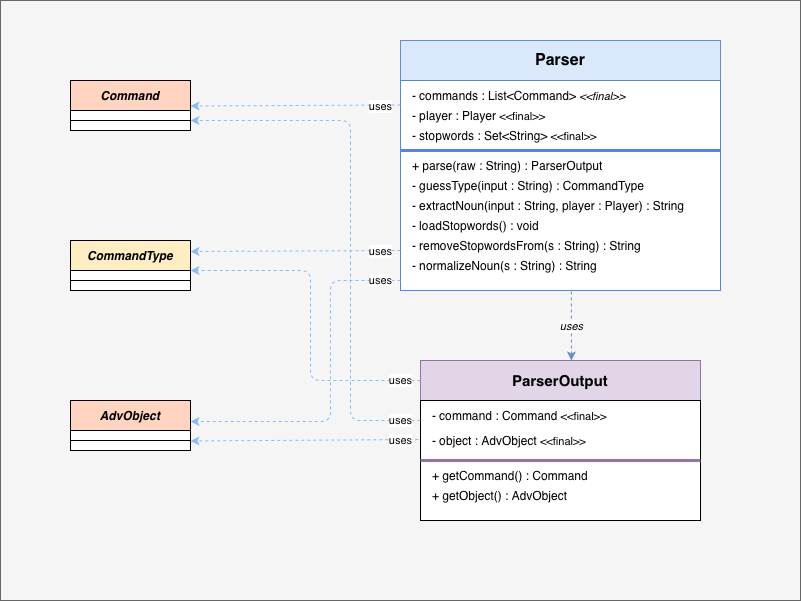
The draw.io diagram Schemi UML validi copia/PARSER.png in alessandropace20/MAP-avventura-testuale, before a commit. Source tidied: cells renumbered, new cells last; positions are measured from the earlier drawing's top-left corner, leaving out a move shared by most shapes.
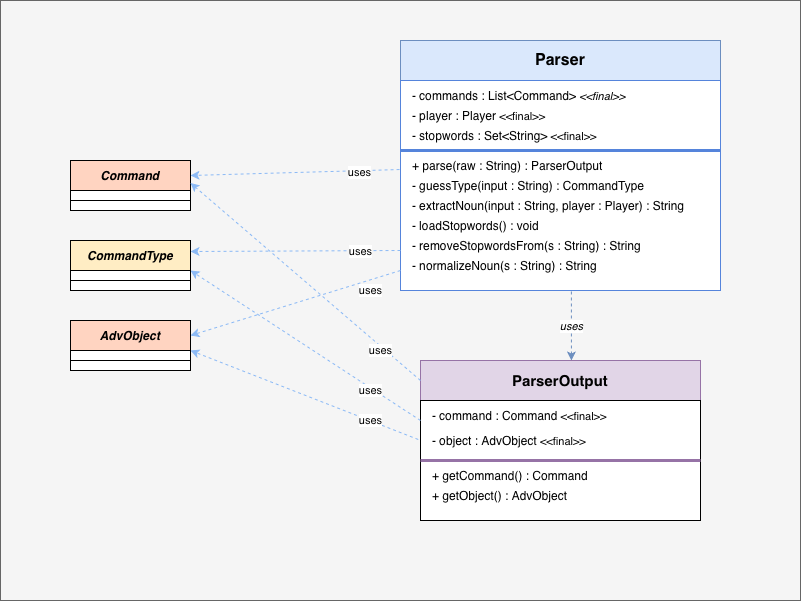
The same diagram one commit later.

Change to the diagram source:
```diff
@@ -85,7 +85,7 @@
       <mxGeometry relative="1" as="geometry" />
     </mxCell>
     <mxCell id="28" style="group;" parent="1" vertex="1">
-      <mxGeometry x="70" y="80" width="120" height="50" as="geometry" />
+      <mxGeometry x="70" y="160" width="120" height="50" as="geometry" />
     </mxCell>
     <mxCell id="29" value="&lt;i&gt;&lt;b&gt;Command&lt;/b&gt;&lt;/i&gt;" style="rounded=0;whiteSpace=wrap;html=1;fillColor=#FFD4C1;" parent="28" vertex="1">
       <mxGeometry width="120" height="30" as="geometry" />
@@ -109,7 +109,7 @@
       <mxGeometry y="40" width="120" height="10" as="geometry" />
     </mxCell>
     <mxCell id="36" style="group;" parent="1" vertex="1">
-      <mxGeometry x="70" y="400" width="120" height="50" as="geometry" />
+      <mxGeometry x="70" y="320" width="120" height="50" as="geometry" />
     </mxCell>
     <mxCell id="37" value="&lt;i&gt;&lt;b&gt;AdvObject&lt;/b&gt;&lt;/i&gt;" style="rounded=0;whiteSpace=wrap;html=1;fillColor=#FFD4C1;" parent="36" vertex="1">
       <mxGeometry width="120" height="30" as="geometry" />
@@ -121,48 +121,28 @@
       <mxGeometry y="40" width="120" height="10" as="geometry" />
     </mxCell>
     <mxCell id="40" value="&lt;span style=&quot;caret-color: rgb(0, 0, 0); color: rgb(0, 0, 0); font-family: Helvetica; font-size: 11px; font-style: normal; font-variant-caps: normal; font-weight: 400; letter-spacing: normal; orphans: 2; text-align: center; text-indent: 0px; text-transform: none; white-space: nowrap; widows: 2; word-spacing: 0px; -webkit-text-stroke-width: 0px; background-color: rgb(255, 255, 255); text-decoration: none; display: inline !important; float: none;&quot;&gt;uses&lt;/span&gt;" style="endArrow=classic;html=1;rounded=0;exitX=0;exitY=0.25;exitDx=0;exitDy=0;dashed=1;strokeColor=light-dark(#8BB9F5,#1A1A1A);" parent="1" edge="1">
-      <mxGeometry x="-0.81" y="1" relative="1" as="geometry">
+      <mxGeometry x="-0.62" y="1" relative="1" as="geometry">
         <mxPoint x="400" y="250" as="sourcePoint" />
         <mxPoint x="190" y="251" as="targetPoint" />
       </mxGeometry>
     </mxCell>
-    <mxCell id="41" value="&lt;span style=&quot;caret-color: rgb(0, 0, 0); color: rgb(0, 0, 0); font-family: Helvetica; font-size: 11px; font-style: normal; font-variant-caps: normal; font-weight: 400; letter-spacing: normal; orphans: 2; text-align: center; text-indent: 0px; text-transform: none; white-space: nowrap; widows: 2; word-spacing: 0px; -webkit-text-stroke-width: 0px; background-color: rgb(255, 255, 255); text-decoration: none; display: inline !important; float: none;&quot;&gt;uses&lt;/span&gt;" style="endArrow=classic;html=1;rounded=0;exitX=-0.008;exitY=0.65;exitDx=0;exitDy=0;dashed=1;strokeColor=light-dark(#8BB9F5,#1A1A1A);exitPerimeter=0;" parent="1" edge="1" source="20">
-      <mxGeometry x="-0.84" y="1" relative="1" as="geometry">
-        <mxPoint x="190" y="440.5" as="targetPoint" />
-      </mxGeometry>
+    <mxCell id="41" value="&lt;span style=&quot;caret-color: rgb(0, 0, 0); color: rgb(0, 0, 0); font-family: Helvetica; font-size: 11px; font-style: normal; font-variant-caps: normal; font-weight: 400; letter-spacing: normal; orphans: 2; text-align: center; text-indent: 0px; text-transform: none; white-space: nowrap; widows: 2; word-spacing: 0px; -webkit-text-stroke-width: 0px; background-color: rgb(255, 255, 255); text-decoration: none; display: inline !important; float: none;&quot;&gt;uses&lt;/span&gt;" style="endArrow=classic;html=1;rounded=0;exitX=-0.008;exitY=0.65;exitDx=0;exitDy=0;dashed=1;strokeColor=light-dark(#8BB9F5,#1A1A1A);exitPerimeter=0;entryX=1;entryY=0;entryDx=0;entryDy=0;" parent="1" edge="1" source="20" target="38">
+      <mxGeometry x="-0.58" relative="1" as="geometry" />
     </mxCell>
-    <mxCell id="42" value="&lt;span style=&quot;caret-color: rgb(0, 0, 0); color: rgb(0, 0, 0); font-family: Helvetica; font-size: 11px; font-style: normal; font-variant-caps: normal; font-weight: 400; letter-spacing: normal; orphans: 2; text-align: center; text-indent: 0px; text-transform: none; white-space: nowrap; widows: 2; word-spacing: 0px; -webkit-text-stroke-width: 0px; background-color: rgb(255, 255, 255); text-decoration: none; display: inline !important; float: none;&quot;&gt;uses&lt;/span&gt;" style="endArrow=classic;html=1;rounded=1;dashed=1;strokeColor=light-dark(#8BB9F5,#1A1A1A);edgeStyle=orthogonalEdgeStyle;curved=0;" parent="1" edge="1">
-      <mxGeometry x="-0.89" relative="1" as="geometry">
-        <mxPoint x="400" y="280" as="sourcePoint" />
-        <mxPoint x="190" y="421" as="targetPoint" />
-        <Array as="points">
-          <mxPoint x="330" y="280" />
-          <mxPoint x="330" y="421" />
-        </Array>
+    <mxCell id="42" value="&lt;span style=&quot;caret-color: rgb(0, 0, 0); color: rgb(0, 0, 0); font-family: Helvetica; font-size: 11px; font-style: normal; font-variant-caps: normal; font-weight: 400; letter-spacing: normal; orphans: 2; text-align: center; text-indent: 0px; text-transform: none; white-space: nowrap; widows: 2; word-spacing: 0px; -webkit-text-stroke-width: 0px; background-color: rgb(255, 255, 255); text-decoration: none; display: inline !important; float: none;&quot;&gt;uses&lt;/span&gt;" style="endArrow=classic;html=1;rounded=1;dashed=1;strokeColor=light-dark(#8BB9F5,#1A1A1A);entryX=1;entryY=0.5;entryDx=0;entryDy=0;" parent="1" edge="1" target="37">
+      <mxGeometry x="-0.69" y="10" relative="1" as="geometry">
+        <mxPoint x="400" y="270" as="sourcePoint" />
       </mxGeometry>
     </mxCell>
-    <mxCell id="43" value="&lt;span style=&quot;caret-color: rgb(0, 0, 0); color: rgb(0, 0, 0); font-family: Helvetica; font-size: 11px; font-style: normal; font-variant-caps: normal; font-weight: 400; letter-spacing: normal; orphans: 2; text-align: center; text-indent: 0px; text-transform: none; white-space: nowrap; widows: 2; word-spacing: 0px; -webkit-text-stroke-width: 0px; background-color: rgb(255, 255, 255); text-decoration: none; display: inline !important; float: none;&quot;&gt;uses&lt;/span&gt;" style="endArrow=classic;html=1;rounded=0;exitX=0;exitY=0.25;exitDx=0;exitDy=0;dashed=1;strokeColor=light-dark(#8BB9F5,#1A1A1A);" parent="1" edge="1">
-      <mxGeometry x="-0.81" y="1" relative="1" as="geometry">
-        <mxPoint x="400" y="104.5" as="sourcePoint" />
-        <mxPoint x="190" y="105.5" as="targetPoint" />
-      </mxGeometry>
+    <mxCell id="43" value="&lt;span style=&quot;caret-color: rgb(0, 0, 0); color: rgb(0, 0, 0); font-family: Helvetica; font-size: 11px; font-style: normal; font-variant-caps: normal; font-weight: 400; letter-spacing: normal; orphans: 2; text-align: center; text-indent: 0px; text-transform: none; white-space: nowrap; widows: 2; word-spacing: 0px; -webkit-text-stroke-width: 0px; background-color: rgb(255, 255, 255); text-decoration: none; display: inline !important; float: none;&quot;&gt;uses&lt;/span&gt;" style="endArrow=classic;html=1;rounded=0;exitX=-0.003;exitY=0.136;exitDx=0;exitDy=0;dashed=1;strokeColor=light-dark(#8BB9F5,#1A1A1A);entryX=1;entryY=0.5;entryDx=0;entryDy=0;exitPerimeter=0;" parent="1" edge="1" source="10" target="29">
+      <mxGeometry x="-0.61" y="2" relative="1" as="geometry" />
     </mxCell>
-    <mxCell id="44" value="&lt;span style=&quot;caret-color: rgb(0, 0, 0); color: rgb(0, 0, 0); font-family: Helvetica; font-size: 11px; font-style: normal; font-variant-caps: normal; font-weight: 400; letter-spacing: normal; orphans: 2; text-align: center; text-indent: 0px; text-transform: none; white-space: nowrap; widows: 2; word-spacing: 0px; -webkit-text-stroke-width: 0px; background-color: rgb(255, 255, 255); text-decoration: none; display: inline !important; float: none;&quot;&gt;uses&lt;/span&gt;" style="endArrow=classic;html=1;rounded=1;dashed=1;strokeColor=light-dark(#8BB9F5,#1A1A1A);edgeStyle=orthogonalEdgeStyle;curved=0;" parent="1" edge="1">
-      <mxGeometry x="-0.92" relative="1" as="geometry">
-        <mxPoint x="420" y="420" as="sourcePoint" />
-        <mxPoint x="190" y="120" as="targetPoint" />
-        <Array as="points">
-          <mxPoint x="350" y="420" />
-          <mxPoint x="350" y="120" />
-        </Array>
-      </mxGeometry>
+    <mxCell id="44" value="&lt;span style=&quot;caret-color: rgb(0, 0, 0); color: rgb(0, 0, 0); font-family: Helvetica; font-size: 11px; font-style: normal; font-variant-caps: normal; font-weight: 400; letter-spacing: normal; orphans: 2; text-align: center; text-indent: 0px; text-transform: none; white-space: nowrap; widows: 2; word-spacing: 0px; -webkit-text-stroke-width: 0px; background-color: rgb(255, 255, 255); text-decoration: none; display: inline !important; float: none;&quot;&gt;uses&lt;/span&gt;" style="endArrow=classic;html=1;rounded=1;dashed=1;strokeColor=light-dark(#8BB9F5,#1A1A1A);exitX=0;exitY=0.5;exitDx=0;exitDy=0;entryX=1;entryY=0.75;entryDx=0;entryDy=0;" parent="1" edge="1" source="19" target="29">
+      <mxGeometry x="-0.67" y="3" relative="1" as="geometry" />
     </mxCell>
-    <mxCell id="45" value="&lt;span style=&quot;caret-color: rgb(0, 0, 0); color: rgb(0, 0, 0); font-family: Helvetica; font-size: 11px; font-style: normal; font-variant-caps: normal; font-weight: 400; letter-spacing: normal; orphans: 2; text-align: center; text-indent: 0px; text-transform: none; white-space: nowrap; widows: 2; word-spacing: 0px; -webkit-text-stroke-width: 0px; background-color: rgb(255, 255, 255); text-decoration: none; display: inline !important; float: none;&quot;&gt;uses&lt;/span&gt;" style="endArrow=classic;html=1;rounded=1;exitX=0;exitY=0.5;exitDx=0;exitDy=0;dashed=1;strokeColor=light-dark(#8BB9F5,#1A1A1A);entryX=1;entryY=0;entryDx=0;entryDy=0;edgeStyle=orthogonalEdgeStyle;curved=0;" parent="1" edge="1" source="19" target="34">
-      <mxGeometry x="-0.88" relative="1" as="geometry">
-        <Array as="points">
-          <mxPoint x="310" y="380" />
-          <mxPoint x="310" y="270" />
-        </Array>
+    <mxCell id="45" value="&lt;span style=&quot;caret-color: rgb(0, 0, 0); color: rgb(0, 0, 0); font-family: Helvetica; font-size: 11px; font-style: normal; font-variant-caps: normal; font-weight: 400; letter-spacing: normal; orphans: 2; text-align: center; text-indent: 0px; text-transform: none; white-space: nowrap; widows: 2; word-spacing: 0px; -webkit-text-stroke-width: 0px; background-color: rgb(255, 255, 255); text-decoration: none; display: inline !important; float: none;&quot;&gt;uses&lt;/span&gt;" style="endArrow=classic;html=1;rounded=1;dashed=1;strokeColor=light-dark(#8BB9F5,#1A1A1A);entryX=1;entryY=0;entryDx=0;entryDy=0;" parent="1" edge="1" target="34">
+      <mxGeometry x="-0.58" y="2" relative="1" as="geometry">
+        <mxPoint x="420" y="420" as="sourcePoint" />
       </mxGeometry>
     </mxCell>
   </root>
```
